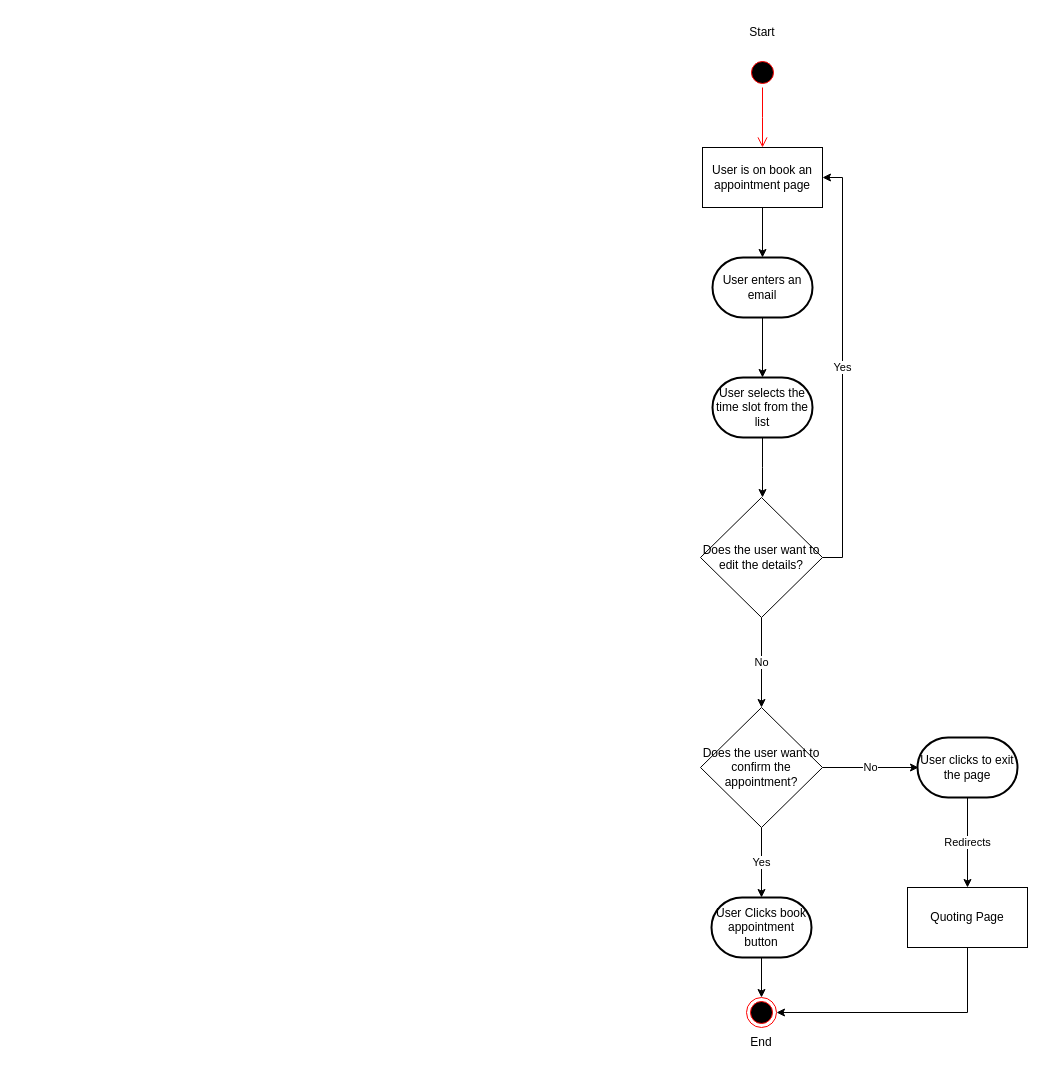
Earlier version of the draw.io diagram Activity_Diagrams/End-User/EndUserAppointment.drawio (Awrmani/AutoQuotes). Source tidied: cells renumbered, new cells numbered last; positions are measured from the earlier drawing's top-left corner, leaving out a move shared by most shapes. Both pictures are drawn from the tidied source at 100%, with x=0, y=0 at pixel (700, 17).
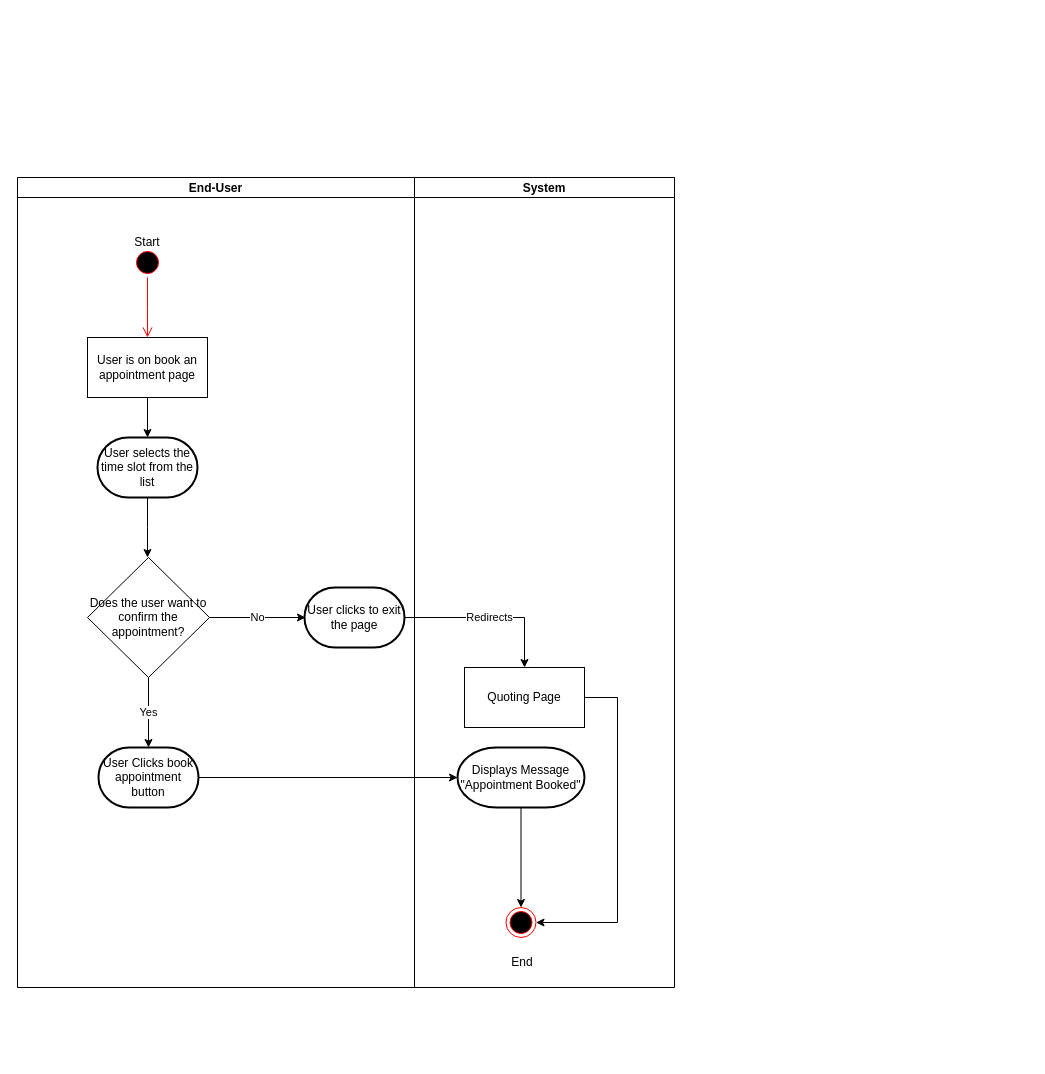
After the change.

The edit, as a diff of the source:
```diff
@@
+    <mxCell id="25" value="End-User" style="swimlane;startSize=20;" parent="1" vertex="1">
+      <mxGeometry x="-683" y="160" width="397" height="810" as="geometry" />
+    </mxCell>
-    <mxCell id="2" style="ellipse;html=1;shape=startState;fillColor=#000000;strokeColor=#ff0000;" parent="1" vertex="1">
-      <mxGeometry x="47" y="40" width="30" height="30" as="geometry" />
+    <mxCell id="2" style="ellipse;html=1;shape=startState;fillColor=#000000;strokeColor=#ff0000;" parent="25" vertex="1">
+      <mxGeometry x="115" y="70" width="30" height="30" as="geometry" />
     </mxCell>
-    <mxCell id="3" style="edgeStyle=orthogonalEdgeStyle;html=1;verticalAlign=bottom;endArrow=open;endSize=8;strokeColor=#ff0000;rounded=0;" parent="1" edge="1" source="2">
+    <mxCell id="3" style="edgeStyle=orthogonalEdgeStyle;html=1;verticalAlign=bottom;endArrow=open;endSize=8;strokeColor=#ff0000;rounded=0;" parent="25" edge="1" source="2">
       <mxGeometry relative="1" as="geometry">
-        <mxPoint x="62" y="130" as="targetPoint" />
+        <mxPoint x="130" y="160" as="targetPoint" />
       </mxGeometry>
     </mxCell>
+    <mxCell id="5" value="User is on book an appointment page" style="rounded=0;whiteSpace=wrap;html=1;" parent="25" vertex="1">
+      <mxGeometry x="70" y="160" width="120" height="60" as="geometry" />
+    </mxCell>
-    <mxCell id="4" style="edgeStyle=orthogonalEdgeStyle;rounded=0;jettySize=auto;html=1;entryX=0.5;entryY=0;entryDx=0;entryDy=0;entryPerimeter=0;" parent="1" edge="1" source="5" target="7">
+    <mxCell id="4" style="edgeStyle=orthogonalEdgeStyle;rounded=0;jettySize=auto;html=1;entryX=0.5;entryY=0;entryDx=0;entryDy=0;entryPerimeter=0;" parent="25" edge="1" source="5" target="9">
       <mxGeometry relative="1" as="geometry" />
     </mxCell>
-    <mxCell id="5" value="User is on book an appointment page" style="rounded=0;whiteSpace=wrap;html=1;" parent="1" vertex="1">
-      <mxGeometry x="2" y="130" width="120" height="60" as="geometry" />
-    </mxCell>
-    <mxCell id="6" style="edgeStyle=orthogonalEdgeStyle;rounded=0;jettySize=auto;html=1;entryX=0.5;entryY=0;entryDx=0;entryDy=0;entryPerimeter=0;" parent="1" edge="1" source="7" target="9">
-      <mxGeometry relative="1" as="geometry" />
-    </mxCell>
-    <mxCell id="7" value="User enters an email" style="strokeWidth=2;html=1;shape=mxgraph.flowchart.terminator;whiteSpace=wrap;" parent="1" vertex="1">
-      <mxGeometry x="12" y="240" width="100" height="60" as="geometry" />
-    </mxCell>
-    <mxCell id="8" style="edgeStyle=orthogonalEdgeStyle;rounded=0;jettySize=auto;html=1;" parent="1" edge="1" source="9">
+    <mxCell id="8" style="edgeStyle=orthogonalEdgeStyle;rounded=0;jettySize=auto;html=1;" parent="25" edge="1" source="9">
       <mxGeometry relative="1" as="geometry">
-        <mxPoint x="62" y="480" as="targetPoint" />
+        <mxPoint x="130" y="380" as="targetPoint" />
       </mxGeometry>
     </mxCell>
-    <mxCell id="9" value="User selects the time slot from the list" style="strokeWidth=2;html=1;shape=mxgraph.flowchart.terminator;whiteSpace=wrap;" parent="1" vertex="1">
-      <mxGeometry x="12" y="360" width="100" height="60" as="geometry" />
+    <mxCell id="9" value="User selects the time slot from the list" style="strokeWidth=2;html=1;shape=mxgraph.flowchart.terminator;whiteSpace=wrap;" parent="25" vertex="1">
+      <mxGeometry x="80" y="260" width="100" height="60" as="geometry" />
     </mxCell>
-    <mxCell id="10" style="edgeStyle=orthogonalEdgeStyle;rounded=0;jettySize=auto;html=1;entryX=0.5;entryY=0;entryDx=0;entryDy=0;" parent="1" edge="1" source="11" target="12">
-      <mxGeometry relative="1" as="geometry" />
-    </mxCell>
+    <mxCell id="13" value="Start" style="text;html=1;strokeColor=none;fillColor=none;align=center;verticalAlign=middle;whiteSpace=wrap;rounded=0;" parent="25" vertex="1">
+      <mxGeometry x="100" y="50" width="60" height="30" as="geometry" />
+    </mxCell>
-    <mxCell id="11" value="User Clicks book appointment button" style="strokeWidth=2;html=1;shape=mxgraph.flowchart.terminator;whiteSpace=wrap;" parent="1" vertex="1">
-      <mxGeometry x="11" y="880" width="100" height="60" as="geometry" />
+    <mxCell id="11" value="User Clicks book appointment button" style="strokeWidth=2;html=1;shape=mxgraph.flowchart.terminator;whiteSpace=wrap;" parent="25" vertex="1">
+      <mxGeometry x="81" y="570" width="100" height="60" as="geometry" />
     </mxCell>
-    <mxCell id="12" style="ellipse;html=1;shape=endState;fillColor=#000000;strokeColor=#ff0000;" parent="1" vertex="1">
-      <mxGeometry x="46" y="980" width="30" height="30" as="geometry" />
-    </mxCell>
-    <mxCell id="13" value="Start" style="text;html=1;strokeColor=none;fillColor=none;align=center;verticalAlign=middle;whiteSpace=wrap;rounded=0;" parent="1" vertex="1">
-      <mxGeometry x="32" width="60" height="30" as="geometry" />
-    </mxCell>
-    <mxCell id="14" value="End" style="text;html=1;strokeColor=none;fillColor=none;align=center;verticalAlign=middle;whiteSpace=wrap;rounded=0;" parent="1" vertex="1">
-      <mxGeometry x="31" y="1010" width="60" height="30" as="geometry" />
-    </mxCell>
-    <mxCell id="15" value="Yes" style="edgeStyle=orthogonalEdgeStyle;rounded=0;jettySize=auto;html=1;" parent="1" edge="1" source="17" target="11">
+    <mxCell id="15" value="Yes" style="edgeStyle=orthogonalEdgeStyle;rounded=0;jettySize=auto;html=1;" parent="25" edge="1" source="17" target="11">
       <mxGeometry relative="1" as="geometry" />
     </mxCell>
-    <mxCell id="16" value="No" style="edgeStyle=orthogonalEdgeStyle;rounded=0;jettySize=auto;html=1;" parent="1" edge="1" source="17">
+    <mxCell id="16" value="No" style="edgeStyle=orthogonalEdgeStyle;rounded=0;jettySize=auto;html=1;" parent="25" edge="1" source="17">
       <mxGeometry relative="1" as="geometry">
-        <mxPoint x="218" y="750" as="targetPoint" />
+        <mxPoint x="288" y="440" as="targetPoint" />
       </mxGeometry>
     </mxCell>
-    <mxCell id="17" value="Does the user want to confirm the appointment?" style="rhombus;whiteSpace=wrap;html=1;" parent="1" vertex="1">
-      <mxGeometry y="690" width="122" height="120" as="geometry" />
+    <mxCell id="17" value="Does the user want to confirm the appointment?" style="rhombus;whiteSpace=wrap;html=1;" parent="25" vertex="1">
+      <mxGeometry x="70" y="380" width="122" height="120" as="geometry" />
     </mxCell>
-    <mxCell id="18" value="No" style="edgeStyle=orthogonalEdgeStyle;rounded=0;jettySize=auto;html=1;entryX=0.5;entryY=0;entryDx=0;entryDy=0;" parent="1" edge="1" source="20" target="17">
-      <mxGeometry relative="1" as="geometry" />
-    </mxCell>
-    <mxCell id="19" value="Yes" style="edgeStyle=orthogonalEdgeStyle;rounded=0;jettySize=auto;html=1;entryX=1;entryY=0.5;entryDx=0;entryDy=0;" parent="1" edge="1" source="20" target="5">
-      <mxGeometry relative="1" as="geometry">
-        <Array as="points">
-          <mxPoint x="142" y="540" />
-          <mxPoint x="142" y="160" />
-        </Array>
-      </mxGeometry>
-    </mxCell>
-    <mxCell id="20" value="Does the user want to edit the details?" style="rhombus;whiteSpace=wrap;html=1;" parent="1" vertex="1">
-      <mxGeometry y="480" width="122" height="120" as="geometry" />
-    </mxCell>
+    <mxCell id="22" value="User clicks to exit the page" style="strokeWidth=2;html=1;shape=mxgraph.flowchart.terminator;whiteSpace=wrap;" parent="25" vertex="1">
+      <mxGeometry x="287" y="410" width="100" height="60" as="geometry" />
+    </mxCell>
+    <mxCell id="26" value="System" style="swimlane;startSize=20;" parent="1" vertex="1">
+      <mxGeometry x="-286" y="160" width="260" height="810" as="geometry" />
+    </mxCell>
+    <mxCell id="27" style="edgeStyle=orthogonalEdgeStyle;rounded=0;jettySize=auto;html=1;entryX=1;entryY=0.5;entryDx=0;entryDy=0;" parent="26" edge="1" source="24" target="30">
+      <mxGeometry relative="1" as="geometry">
+        <Array as="points">
+          <mxPoint x="203" y="520" />
+          <mxPoint x="203" y="745" />
+        </Array>
+      </mxGeometry>
+    </mxCell>
+    <mxCell id="24" value="Quoting Page" style="rounded=0;whiteSpace=wrap;html=1;" parent="26" vertex="1">
+      <mxGeometry x="50" y="490" width="120" height="60" as="geometry" />
+    </mxCell>
+    <mxCell id="28" style="edgeStyle=orthogonalEdgeStyle;rounded=0;jettySize=auto;html=1;entryX=0.5;entryY=0;entryDx=0;entryDy=0;" parent="26" edge="1" source="29" target="30">
+      <mxGeometry relative="1" as="geometry" />
+    </mxCell>
+    <mxCell id="29" value="Displays Message &quot;Appointment Booked&quot;" style="strokeWidth=2;html=1;shape=mxgraph.flowchart.terminator;whiteSpace=wrap;" parent="26" vertex="1">
+      <mxGeometry x="43" y="570" width="127" height="60" as="geometry" />
+    </mxCell>
+    <mxCell id="14" value="End" style="text;html=1;strokeColor=none;fillColor=none;align=center;verticalAlign=middle;whiteSpace=wrap;rounded=0;" parent="26" vertex="1">
+      <mxGeometry x="78" y="770" width="60" height="30" as="geometry" />
+    </mxCell>
+    <mxCell id="30" style="ellipse;html=1;shape=endState;fillColor=#000000;strokeColor=#ff0000;" parent="26" vertex="1">
+      <mxGeometry x="91.5" y="730" width="30" height="30" as="geometry" />
+    </mxCell>
-    <mxCell id="21" value="Redirects" style="edgeStyle=orthogonalEdgeStyle;rounded=0;jettySize=auto;html=1;" parent="1" edge="1" source="22">
-      <mxGeometry relative="1" as="geometry">
-        <mxPoint x="267" y="870" as="targetPoint" />
-      </mxGeometry>
+    <mxCell id="21" value="Redirects" style="edgeStyle=orthogonalEdgeStyle;rounded=0;jettySize=auto;html=1;entryX=0.5;entryY=0;entryDx=0;entryDy=0;" parent="1" edge="1" source="22" target="24">
+      <mxGeometry relative="1" as="geometry" />
     </mxCell>
-    <mxCell id="22" value="User clicks to exit the page" style="strokeWidth=2;html=1;shape=mxgraph.flowchart.terminator;whiteSpace=wrap;" parent="1" vertex="1">
-      <mxGeometry x="217" y="720" width="100" height="60" as="geometry" />
-    </mxCell>
-    <mxCell id="23" style="edgeStyle=orthogonalEdgeStyle;rounded=0;jettySize=auto;html=1;entryX=1;entryY=0.5;entryDx=0;entryDy=0;" parent="1" edge="1" source="24" target="12">
-      <mxGeometry relative="1" as="geometry">
-        <Array as="points">
-          <mxPoint x="267" y="995" />
-        </Array>
-      </mxGeometry>
-    </mxCell>
-    <mxCell id="24" value="Quoting Page" style="rounded=0;whiteSpace=wrap;html=1;" parent="1" vertex="1">
-      <mxGeometry x="207" y="870" width="120" height="60" as="geometry" />
-    </mxCell>
+    <mxCell id="31" style="edgeStyle=orthogonalEdgeStyle;rounded=0;jettySize=auto;html=1;" parent="1" edge="1" source="11" target="29">
+      <mxGeometry relative="1" as="geometry" />
+    </mxCell>
```
